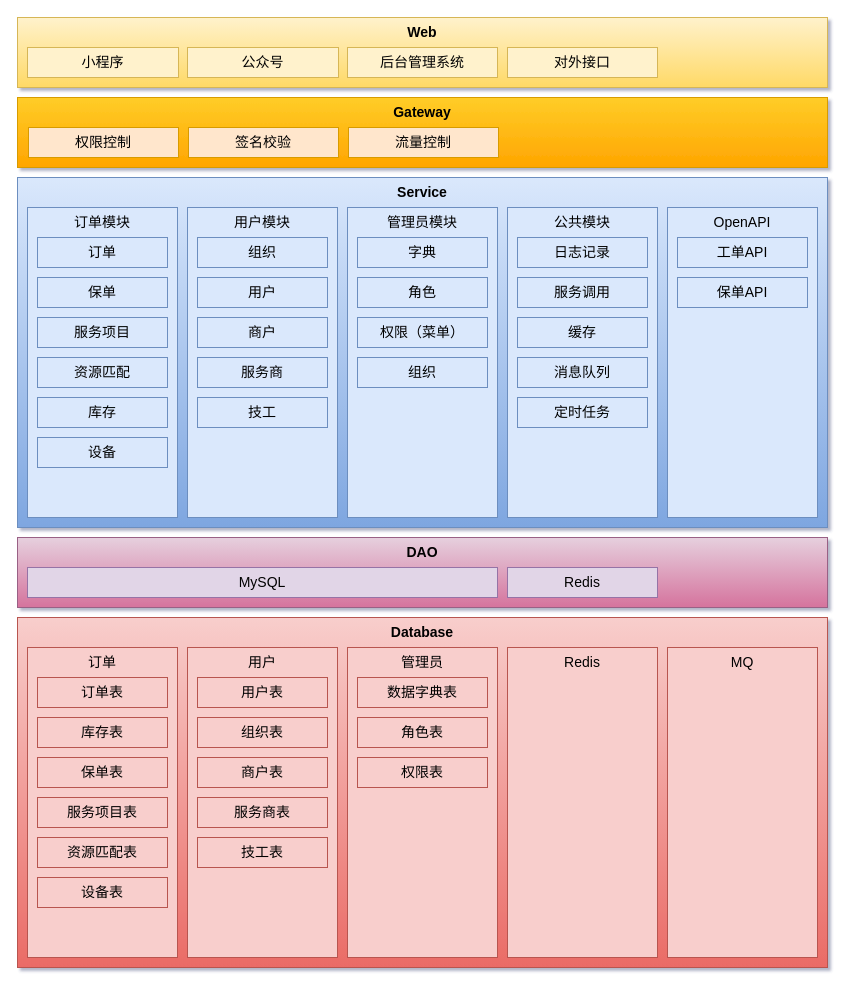
Woobhurk/tyz-pic-repo keeps this draw.io diagram as architecture-bao_huo_gan.drawio. Above is the earlier version. Source tidied: cells renumbered, new cells numbered last; positions are measured from the earlier drawing's top-left corner, leaving out a move shared by most shapes. Both pictures are drawn from the tidied source at 100%, with x=0, y=0 at pixel (17, 17).
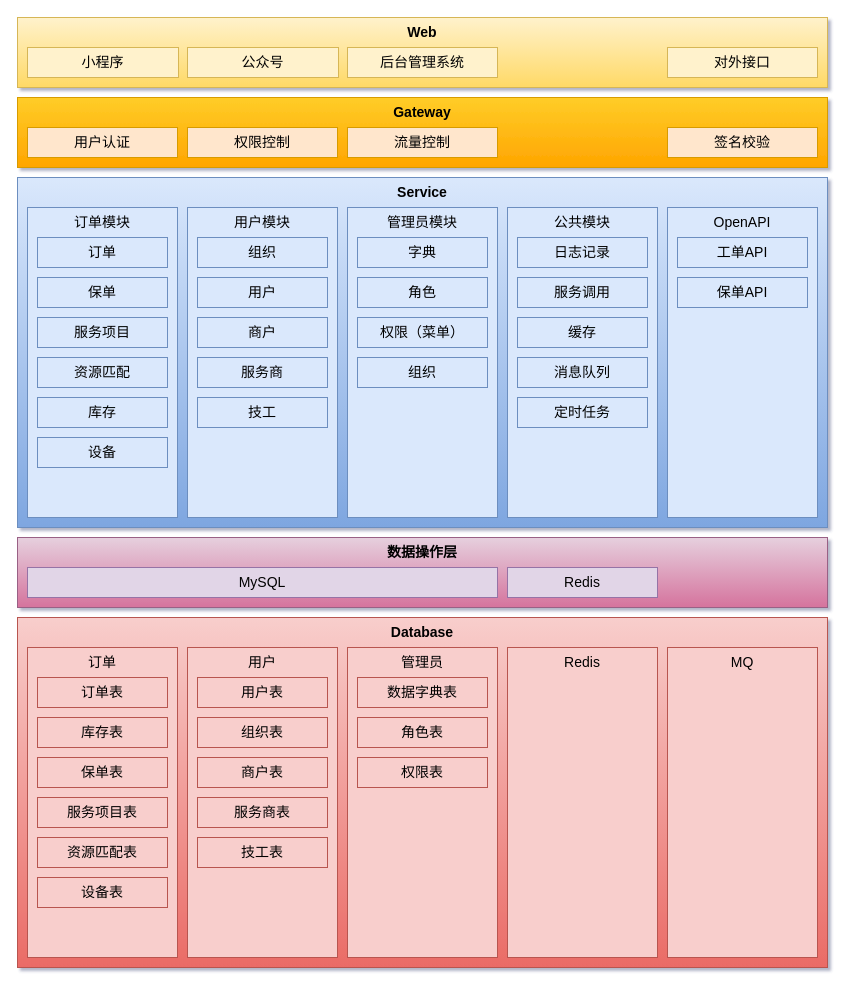
The same page after the edit.

What changed in the source:
```diff
@@
-    <mxCell id="4" value="DAO" style="text;html=1;strokeColor=#996185;align=center;verticalAlign=top;whiteSpace=wrap;rounded=0;sketch=0;fontSize=14;fontStyle=1;gradientColor=#d5739d;fillColor=#e6d0de;perimeterSpacing=0;glass=0;shadow=0;" parent="1" vertex="1">
+    <mxCell id="4" value="数据操作层" style="text;html=1;strokeColor=#996185;align=center;verticalAlign=top;whiteSpace=wrap;rounded=0;sketch=0;fontSize=14;fontStyle=1;gradientColor=#d5739d;fillColor=#e6d0de;perimeterSpacing=0;glass=0;shadow=0;" parent="1" vertex="1">
       <mxGeometry y="520" width="810" height="70" as="geometry" />
     </mxCell>
@@
     <mxCell id="49" value="签名校验" style="rounded=0;whiteSpace=wrap;html=1;sketch=0;fontSize=14;align=center;strokeColor=#d79b00;fillColor=#ffe6cc;perimeterSpacing=0;glass=0;shadow=0;" parent="1" vertex="1">
-      <mxGeometry x="171" y="110" width="150" height="30" as="geometry" />
+      <mxGeometry x="650" y="110" width="150" height="30" as="geometry" />
     </mxCell>
@@
     <mxCell id="58" value="对外接口" style="rounded=0;whiteSpace=wrap;html=1;sketch=0;fontSize=14;align=center;strokeColor=#d6b656;verticalAlign=top;fillColor=#fff2cc;perimeterSpacing=0;glass=0;shadow=0;" parent="1" vertex="1">
-      <mxGeometry x="490" y="30" width="150" height="30" as="geometry" />
+      <mxGeometry x="650" y="30" width="150" height="30" as="geometry" />
     </mxCell>
@@
     <mxCell id="60" value="权限控制" style="rounded=0;whiteSpace=wrap;html=1;sketch=0;fontSize=14;align=center;strokeColor=#d79b00;fillColor=#ffe6cc;perimeterSpacing=0;glass=0;shadow=0;" parent="1" vertex="1">
-      <mxGeometry x="11" y="110" width="150" height="30" as="geometry" />
+      <mxGeometry x="170" y="110" width="150" height="30" as="geometry" />
     </mxCell>
     <mxCell id="61" value="流量控制" style="rounded=0;whiteSpace=wrap;html=1;sketch=0;fontSize=14;align=center;strokeColor=#d79b00;fillColor=#ffe6cc;perimeterSpacing=0;glass=0;shadow=0;" parent="1" vertex="1">
-      <mxGeometry x="331" y="110" width="150" height="30" as="geometry" />
+      <mxGeometry x="330" y="110" width="150" height="30" as="geometry" />
     </mxCell>
+    <mxCell id="62" value="用户认证" style="rounded=0;whiteSpace=wrap;html=1;sketch=0;fontSize=14;align=center;strokeColor=#d79b00;fillColor=#ffe6cc;perimeterSpacing=0;glass=0;shadow=0;" parent="1" vertex="1">
+      <mxGeometry x="10" y="110" width="150" height="30" as="geometry" />
+    </mxCell>
```
